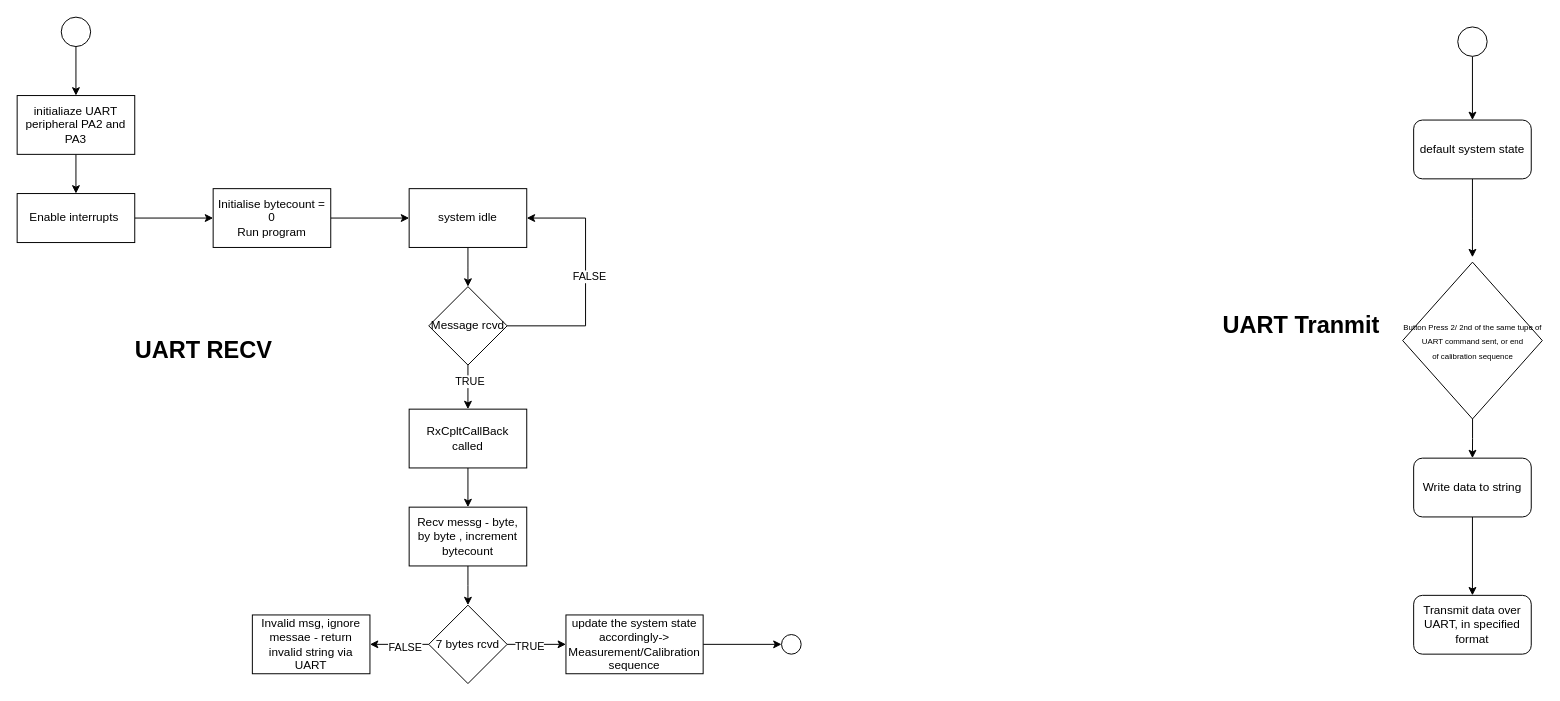
This is PV System Effiency Monitor Resources/REPORT/Diagrams/UART Communications - protocol and data conversion.drawio from D-Mutabazi/C-and-Embedded-System-Projects, a draw.io file, before an edit. Source tidied: cells renumbered, new cells numbered last; positions are measured from the earlier drawing's top-left corner, leaving out a move shared by most shapes. Both pictures are drawn from the tidied source at 98%, with x=0, y=0 at pixel (17, 17).
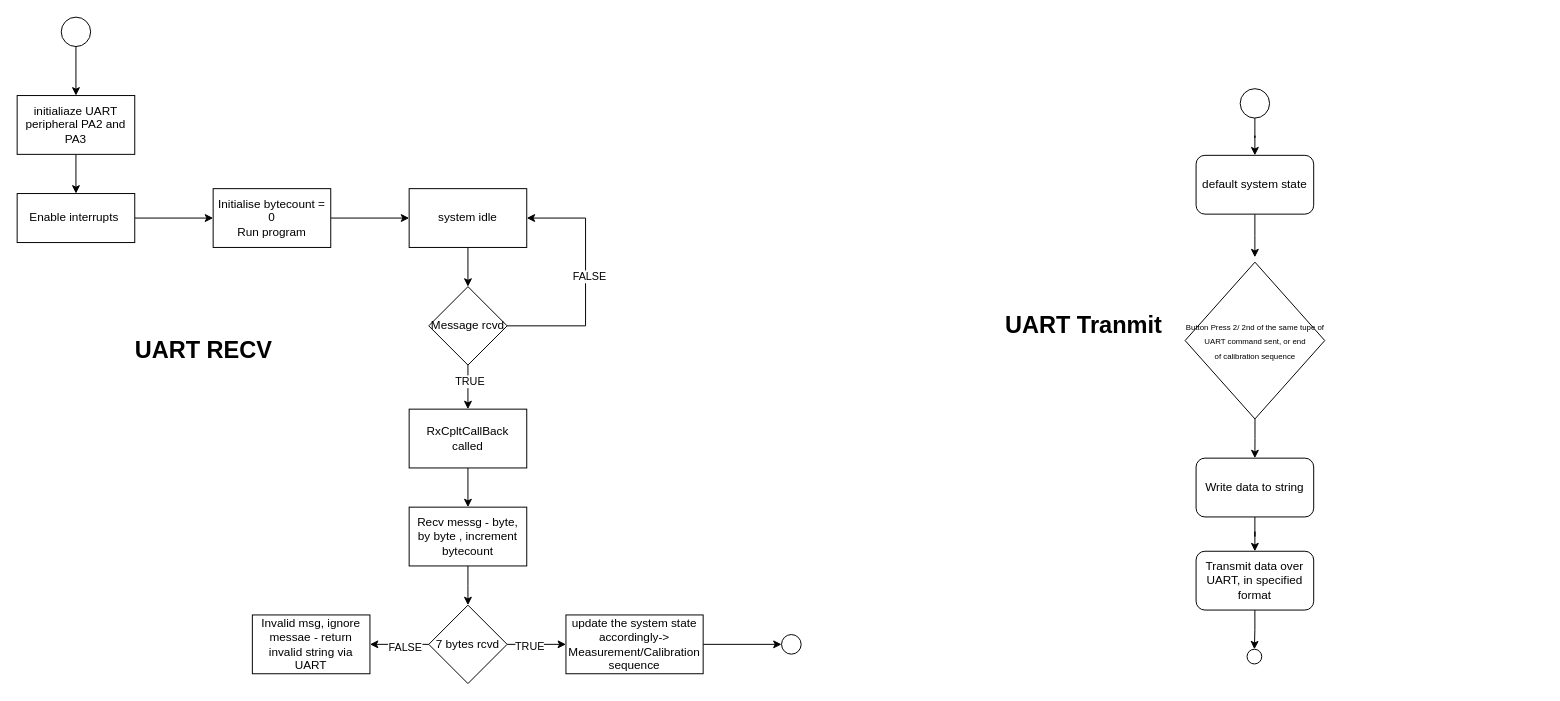
The same page after the edit.

Diff of the diagram source:
```diff
@@
     <mxCell id="32" style="ellipse;whiteSpace=wrap;html=1;" parent="1" vertex="1">
-      <mxGeometry x="1470" y="10" width="30" height="30" as="geometry" />
+      <mxGeometry x="1248" y="73" width="30" height="30" as="geometry" />
     </mxCell>
     <mxCell id="33" style="edgeStyle=orthogonalEdgeStyle;rounded=0;jettySize=auto;html=1;" parent="1" edge="1" source="34">
       <mxGeometry relative="1" as="geometry">
-        <mxPoint x="1485" y="245" as="targetPoint" />
+        <mxPoint x="1263" y="245" as="targetPoint" />
       </mxGeometry>
     </mxCell>
     <mxCell id="34" value="default system state" style="rounded=1;whiteSpace=wrap;html=1;" parent="1" vertex="1">
-      <mxGeometry x="1425" y="105" width="120" height="60" as="geometry" />
+      <mxGeometry x="1203" y="141" width="120" height="60" as="geometry" />
     </mxCell>
@@
     <mxCell id="36" value="&lt;font style=&quot;font-size: 8px;&quot;&gt;Button Press 2/ 2nd of the same tupe of UART command sent, or end&lt;/font&gt;&lt;div&gt;&lt;font style=&quot;font-size: 8px;&quot;&gt;of calibration sequence&lt;/font&gt;&lt;/div&gt;" style="rhombus;whiteSpace=wrap;html=1;" parent="1" vertex="1">
-      <mxGeometry x="1413.8" y="250" width="142.5" height="160" as="geometry" />
+      <mxGeometry x="1191.8" y="250" width="142.5" height="160" as="geometry" />
     </mxCell>
@@
     <mxCell id="38" value="Write data to string" style="rounded=1;whiteSpace=wrap;html=1;" parent="1" vertex="1">
-      <mxGeometry x="1425" y="450" width="120" height="60" as="geometry" />
+      <mxGeometry x="1203" y="450" width="120" height="60" as="geometry" />
     </mxCell>
+    <mxCell id="41" style="edgeStyle=orthogonalEdgeStyle;rounded=0;jettySize=auto;html=1;" parent="1" edge="1" source="39" target="42">
+      <mxGeometry relative="1" as="geometry" />
+    </mxCell>
     <mxCell id="39" value="Transmit data over UART, in specified format" style="whiteSpace=wrap;html=1;rounded=1;" parent="1" vertex="1">
-      <mxGeometry x="1425" y="590" width="120" height="60" as="geometry" />
+      <mxGeometry x="1203" y="545" width="120" height="60" as="geometry" />
     </mxCell>
     <mxCell id="40" value="UART Tranmit" style="text;strokeColor=none;fillColor=none;html=1;fontSize=24;fontStyle=1;verticalAlign=middle;align=center;" parent="1" vertex="1">
-      <mxGeometry x="1260" y="295" width="100" height="40" as="geometry" />
+      <mxGeometry x="1038" y="295" width="100" height="40" as="geometry" />
     </mxCell>
+    <mxCell id="42" style="ellipse;whiteSpace=wrap;html=1;rounded=1;" parent="1" vertex="1">
+      <mxGeometry x="1255" y="645" width="15" height="15" as="geometry" />
+    </mxCell>
```
